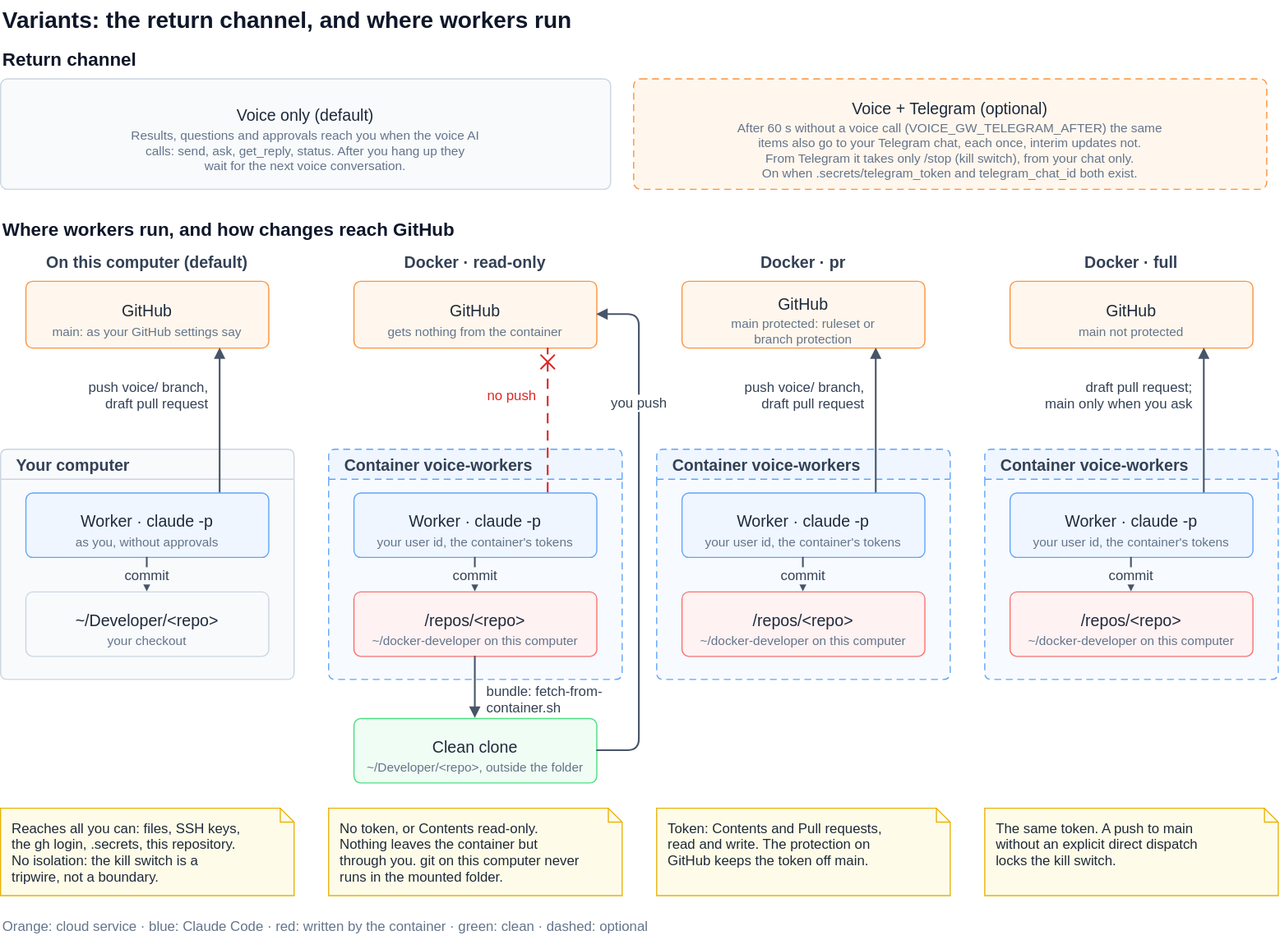
The draw.io diagram docs/variants.drawio.svg in alderg/cc-voice-gateway, before a commit. Source tidied: cells renumbered, new cells last; positions are measured from the earlier drawing's top-left corner, leaving out a move shared by most shapes.
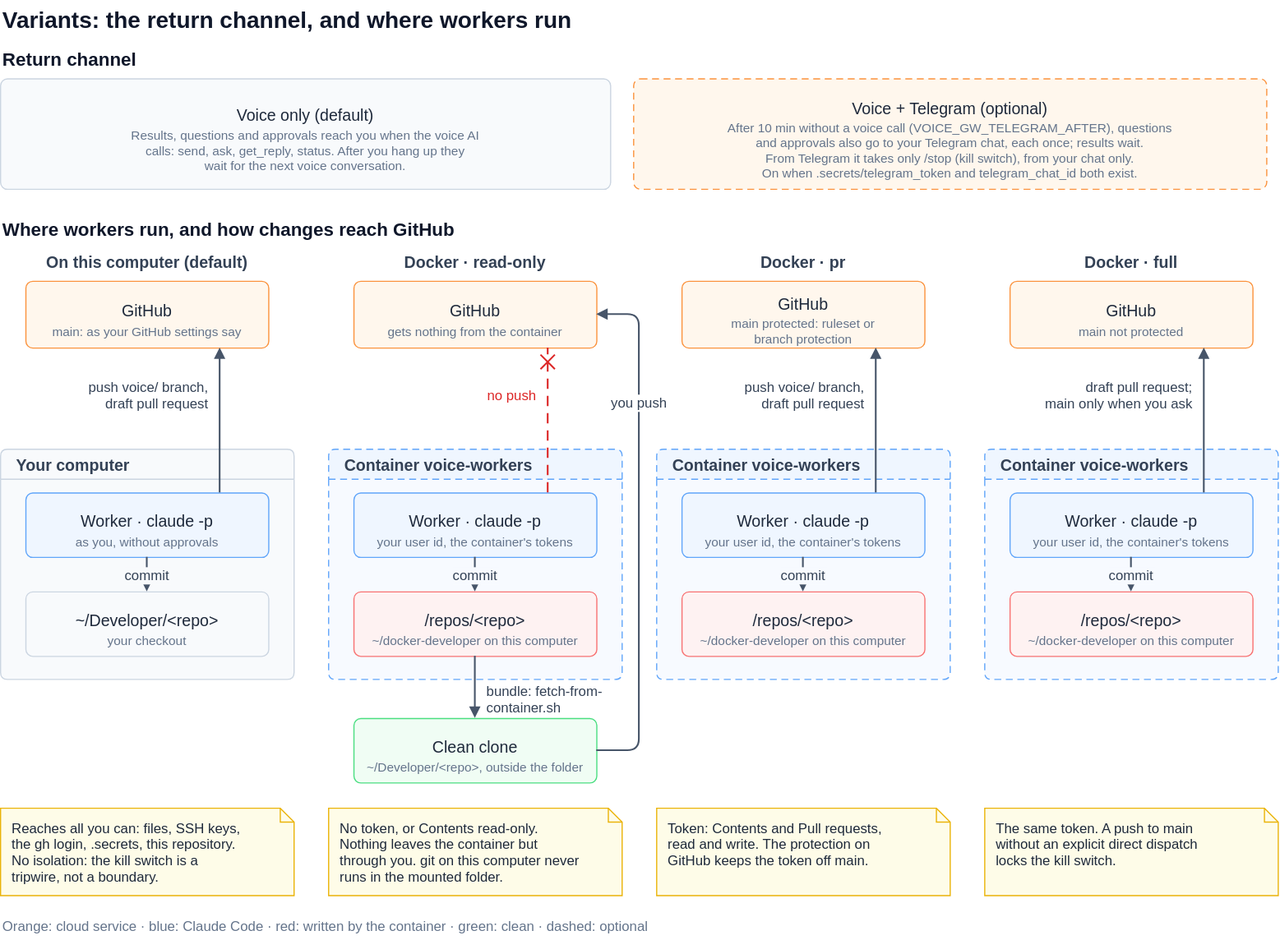
Above is the later version.

Diff of the diagram source:
```diff
@@ -17,7 +17,7 @@
     <mxCell id="6" value="Voice + Telegram (optional)" style="rounded=1;arcSize=12;html=0;fontSize=14;fillColor=#FFF7ED;strokeColor=#FB923C;fontStyle=0;verticalAlign=top;spacingTop=11.1;dashed=1;strokeWidth=1;absoluteArcSize=1;fontColor=#1E293B;dashPattern=6 4;" parent="1" vertex="1">
       <mxGeometry x="550" y="68" width="550" height="96" as="geometry" />
     </mxCell>
-    <mxCell id="7" value="After 60 s without a voice call (VOICE_GW_TELEGRAM_AFTER) the same&#10;items also go to your Telegram chat, each once, interim updates not.&#10;From Telegram it takes only /stop (kill switch), from your chat only.&#10;On when .secrets/telegram_token and telegram_chat_id both exist." style="text;html=0;fontSize=11;fontColor=#64748B;align=center;verticalAlign=top;spacing=0;spacingLeft=0;strokeColor=none;fillColor=none;" parent="6" vertex="1">
+    <mxCell id="7" value="After 10 min without a voice call (VOICE_GW_TELEGRAM_AFTER), questions&#10;and approvals also go to your Telegram chat, each once; results wait.&#10;From Telegram it takes only /stop (kill switch), from your chat only.&#10;On when .secrets/telegram_token and telegram_chat_id both exist." style="text;html=0;fontSize=11;fontColor=#64748B;align=center;verticalAlign=top;spacing=0;spacingLeft=0;strokeColor=none;fillColor=none;" parent="6" vertex="1">
       <mxGeometry y="32.1" width="550" height="52.8" as="geometry" />
     </mxCell>
     <mxCell id="8" value="Where workers run, and how changes reach GitHub" style="text;html=0;fontSize=16;align=left;verticalAlign=middle;strokeColor=none;fillColor=none;fontStyle=1;fontColor=#0F172A;labelBackgroundColor=#FFFFFF;" parent="1" vertex="1">
```
